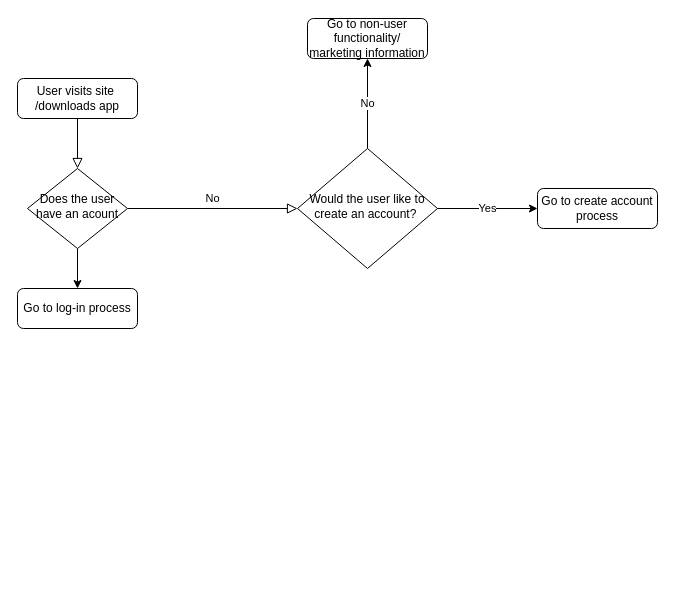
This is crypto-angular/libs/Untitled Diagram.drawio from zubair247/crypto-angular, a draw.io file, before an edit. Source tidied: cells renumbered, new cells numbered last; positions are measured from the earlier drawing's top-left corner, leaving out a move shared by most shapes. Both pictures are drawn from the tidied source at 100%, with x=0, y=0 at pixel (17, 18).
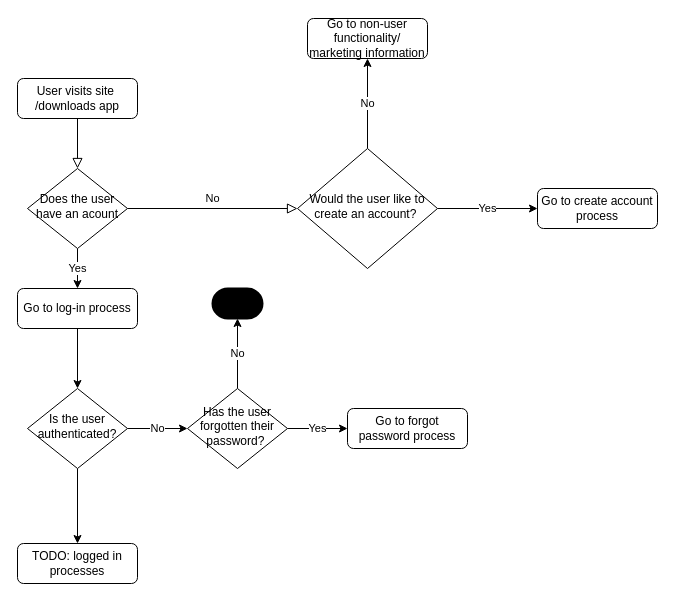
The same diagram, later.

Commit message:
Updated initial site visit process

The change refers to these unchanged cells:
```xml
<mxCell id="6" value="Does the user have an acount" style="rhombus;whiteSpace=wrap;html=1;shadow=0;fontFamily=Helvetica;fontSize=12;align=center;strokeWidth=1;spacing=6;spacingTop=-4;" parent="1" vertex="1">
  <mxGeometry x="10" y="150" width="100" height="80" as="geometry" />
</mxCell>
<mxCell id="8" value="Go to log-in process" style="rounded=1;whiteSpace=wrap;html=1;fontSize=12;glass=0;strokeWidth=1;shadow=0;" parent="1" vertex="1">
  <mxGeometry y="270" width="120" height="40" as="geometry" />
</mxCell>
```

Diff of the diagram source:
```diff
@@
-    <mxCell id="5" style="edgeStyle=orthogonalEdgeStyle;rounded=0;jettySize=auto;html=1;" parent="1" edge="1" source="6" target="8">
+    <mxCell id="5" value="Yes" style="edgeStyle=orthogonalEdgeStyle;rounded=0;jettySize=auto;html=1;" parent="1" edge="1" source="6" target="8">
       <mxGeometry relative="1" as="geometry" />
     </mxCell>
@@
+    <mxCell id="13" style="edgeStyle=orthogonalEdgeStyle;rounded=0;jettySize=auto;html=1;" parent="1" edge="1" source="8" target="16">
+      <mxGeometry relative="1" as="geometry" />
+    </mxCell>
@@
+    <mxCell id="14" value="No" style="edgeStyle=orthogonalEdgeStyle;rounded=0;jettySize=auto;html=1;" parent="1" edge="1" source="16" target="20">
+      <mxGeometry relative="1" as="geometry" />
+    </mxCell>
+    <mxCell id="15" style="edgeStyle=orthogonalEdgeStyle;rounded=0;jettySize=auto;html=1;" parent="1" edge="1" source="16" target="22">
+      <mxGeometry relative="1" as="geometry" />
+    </mxCell>
+    <mxCell id="16" value="Is the user authenticated?" style="rhombus;whiteSpace=wrap;html=1;shadow=0;fontFamily=Helvetica;fontSize=12;align=center;strokeWidth=1;spacing=6;spacingTop=-4;" parent="1" vertex="1">
+      <mxGeometry x="10" y="370" width="100" height="80" as="geometry" />
+    </mxCell>
+    <mxCell id="17" value="Go to forgot password process" style="rounded=1;whiteSpace=wrap;html=1;fontSize=12;glass=0;strokeWidth=1;shadow=0;" parent="1" vertex="1">
+      <mxGeometry x="330" y="390" width="120" height="40" as="geometry" />
+    </mxCell>
+    <mxCell id="18" value="Yes" style="edgeStyle=orthogonalEdgeStyle;rounded=0;jettySize=auto;html=1;" parent="1" edge="1" source="20" target="17">
+      <mxGeometry relative="1" as="geometry" />
+    </mxCell>
+    <mxCell id="19" value="No" style="edgeStyle=orthogonalEdgeStyle;rounded=0;jettySize=auto;html=1;" parent="1" edge="1" source="20" target="21">
+      <mxGeometry relative="1" as="geometry" />
+    </mxCell>
+    <mxCell id="20" value="Has the user forgotten their password?&amp;nbsp;" style="rhombus;whiteSpace=wrap;html=1;shadow=0;fontFamily=Helvetica;fontSize=12;align=center;strokeWidth=1;spacing=6;spacingTop=-4;" parent="1" vertex="1">
+      <mxGeometry x="170" y="370" width="100" height="80" as="geometry" />
+    </mxCell>
+    <mxCell id="21" style="strokeWidth=2;html=1;shape=mxgraph.flowchart.terminator;whiteSpace=wrap;fillColor=#000000;" parent="1" vertex="1">
+      <mxGeometry x="195" y="270" width="50" height="30" as="geometry" />
+    </mxCell>
+    <mxCell id="22" value="TODO: logged in processes" style="rounded=1;whiteSpace=wrap;html=1;fontSize=12;glass=0;strokeWidth=1;shadow=0;" parent="1" vertex="1">
+      <mxGeometry y="525" width="120" height="40" as="geometry" />
+    </mxCell>
```
